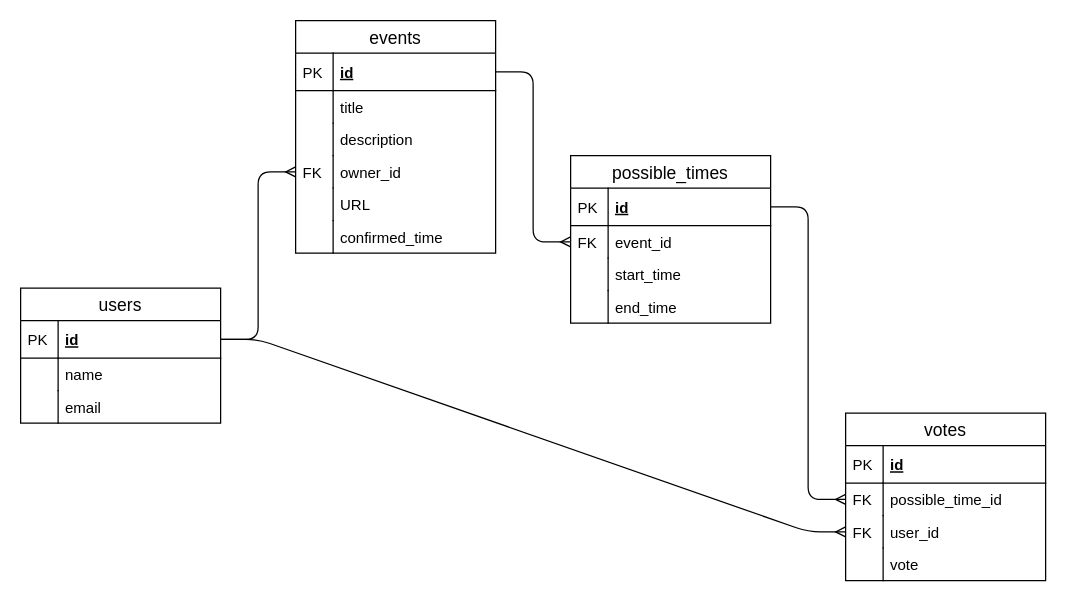
The draw.io diagram docs/planning/scoodle_ERD.drawio in jeff-sexton/schoodle, before the edit. Source tidied: cells renumbered, new cells numbered last; positions are measured from the earlier drawing's top-left corner, leaving out a move shared by most shapes. Both pictures are drawn from the tidied source at 125%, with x=0, y=0 at pixel (20, 20).
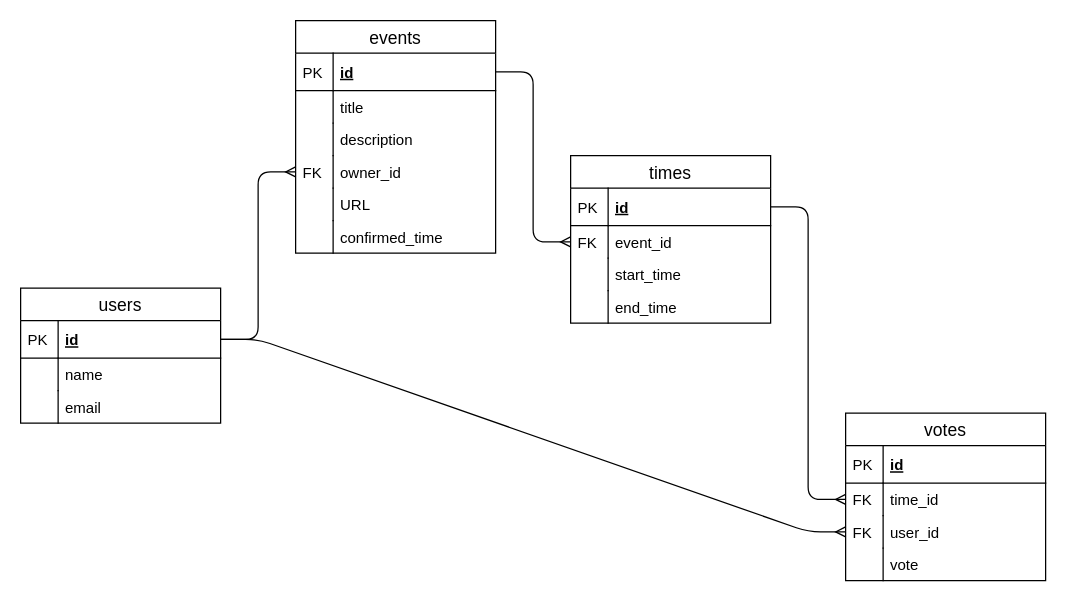
After the change.

Unchanged cells that the change refers to:
```xml
<mxCell id="35" value="votes" style="swimlane;fontStyle=0;horizontal=1;startSize=26;align=center;fontSize=14;" parent="1" vertex="1">
  <mxGeometry x="660" y="314" width="160" height="134" as="geometry" />
</mxCell>
```

Diff of the diagram source:
```diff
@@
-    <mxCell id="26" value="possible_times" style="swimlane;fontStyle=0;horizontal=1;startSize=26;align=center;fontSize=14;" parent="1" vertex="1">
+    <mxCell id="26" value="times" style="swimlane;fontStyle=0;horizontal=1;startSize=26;align=center;fontSize=14;" parent="1" vertex="1">
       <mxGeometry x="440" y="108" width="160" height="134" as="geometry" />
     </mxCell>
@@
-    <mxCell id="38" value="possible_time_id" style="shape=partialRectangle;top=0;left=0;right=0;bottom=0;align=left;verticalAlign=top;fillColor=none;spacingLeft=34;spacingRight=4;overflow=hidden;points=[[0,0.5],[1,0.5]];portConstraint=eastwest;fontSize=12;" parent="35" vertex="1">
+    <mxCell id="38" value="time_id" style="shape=partialRectangle;top=0;left=0;right=0;bottom=0;align=left;verticalAlign=top;fillColor=none;spacingLeft=34;spacingRight=4;overflow=hidden;points=[[0,0.5],[1,0.5]];portConstraint=eastwest;fontSize=12;" parent="35" vertex="1">
       <mxGeometry y="56" width="160" height="26" as="geometry" />
     </mxCell>
```
